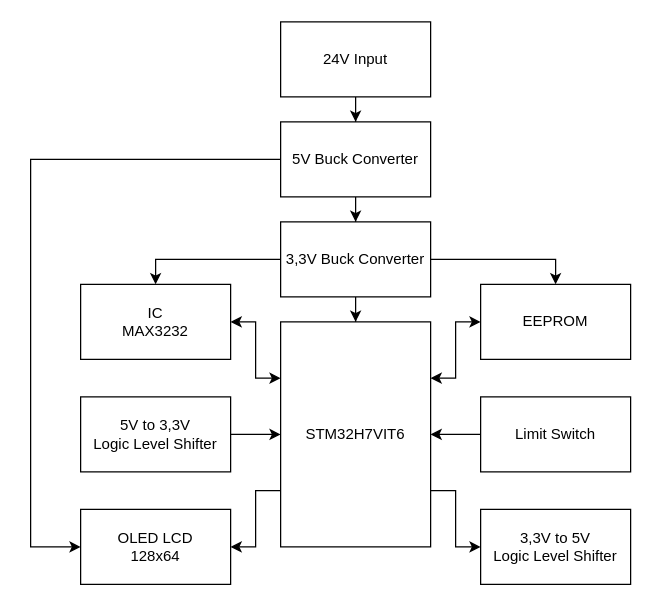
This is page "Main PCB" (2 of 3) of Breakdown/System Diagram.drawio from AlfonsusGiovanni/Welding-Arm-Manipulator, a draw.io file, before an edit. Source tidied: cells renumbered, new cells numbered last; positions are measured from the earlier drawing's top-left corner, leaving out a move shared by most shapes. Both pictures are drawn from the tidied source at 125%, with x=0, y=0 at pixel (30, 21).
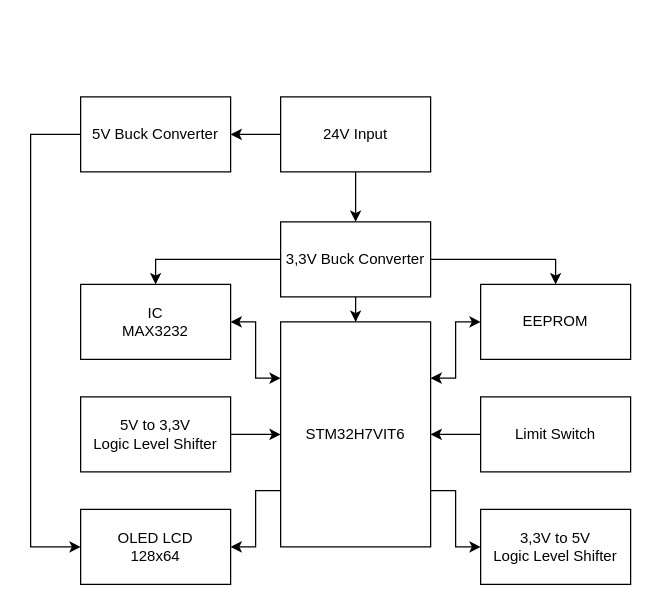
After the change.

The change refers to these unchanged cells:
```xml
<mxCell id="10" value="3,3V Buck Converter" style="rounded=0;whiteSpace=wrap;html=1;" parent="1" vertex="1">
  <mxGeometry x="200" y="160" width="120" height="60" as="geometry" />
</mxCell>
<mxCell id="21" value="OLED LCD&lt;div&gt;128x64&lt;/div&gt;&lt;div&gt;&lt;/div&gt;" style="rounded=0;whiteSpace=wrap;html=1;" parent="1" vertex="1">
  <mxGeometry x="40" y="390" width="120" height="60" as="geometry" />
</mxCell>
```

What changed in the source:
```diff
@@
+    <mxCell id="24" style="edgeStyle=orthogonalEdgeStyle;rounded=0;jettySize=auto;html=1;exitX=0.5;exitY=1;exitDx=0;exitDy=0;entryX=0.5;entryY=0;entryDx=0;entryDy=0;" parent="1" edge="1" source="3" target="10">
+      <mxGeometry relative="1" as="geometry" />
+    </mxCell>
-    <mxCell id="2" style="edgeStyle=orthogonalEdgeStyle;rounded=0;jettySize=auto;html=1;" parent="1" edge="1" source="3" target="6">
+    <mxCell id="2" style="edgeStyle=orthogonalEdgeStyle;rounded=0;jettySize=auto;html=1;exitX=0;exitY=0.5;exitDx=0;exitDy=0;entryX=1;entryY=0.5;entryDx=0;entryDy=0;" parent="1" edge="1" source="3" target="6">
       <mxGeometry relative="1" as="geometry" />
     </mxCell>
     <mxCell id="3" value="24V Input" style="rounded=0;whiteSpace=wrap;html=1;" parent="1" vertex="1">
-      <mxGeometry x="200" width="120" height="60" as="geometry" />
+      <mxGeometry x="200" y="60" width="120" height="60" as="geometry" />
     </mxCell>
-    <mxCell id="4" style="edgeStyle=orthogonalEdgeStyle;rounded=0;jettySize=auto;html=1;" parent="1" edge="1" source="6" target="10">
-      <mxGeometry relative="1" as="geometry" />
-    </mxCell>
     <mxCell id="5" style="edgeStyle=orthogonalEdgeStyle;rounded=0;jettySize=auto;html=1;exitX=0;exitY=0.5;exitDx=0;exitDy=0;entryX=0;entryY=0.5;entryDx=0;entryDy=0;" parent="1" edge="1" source="6" target="21">
       <mxGeometry relative="1" as="geometry">
         <Array as="points">
-          <mxPoint y="110" />
+          <mxPoint y="90" />
           <mxPoint y="420" />
         </Array>
       </mxGeometry>
     </mxCell>
     <mxCell id="6" value="5V Buck Converter" style="rounded=0;whiteSpace=wrap;html=1;" parent="1" vertex="1">
-      <mxGeometry x="200" y="80" width="120" height="60" as="geometry" />
+      <mxGeometry x="40" y="60" width="120" height="60" as="geometry" />
     </mxCell>
```
